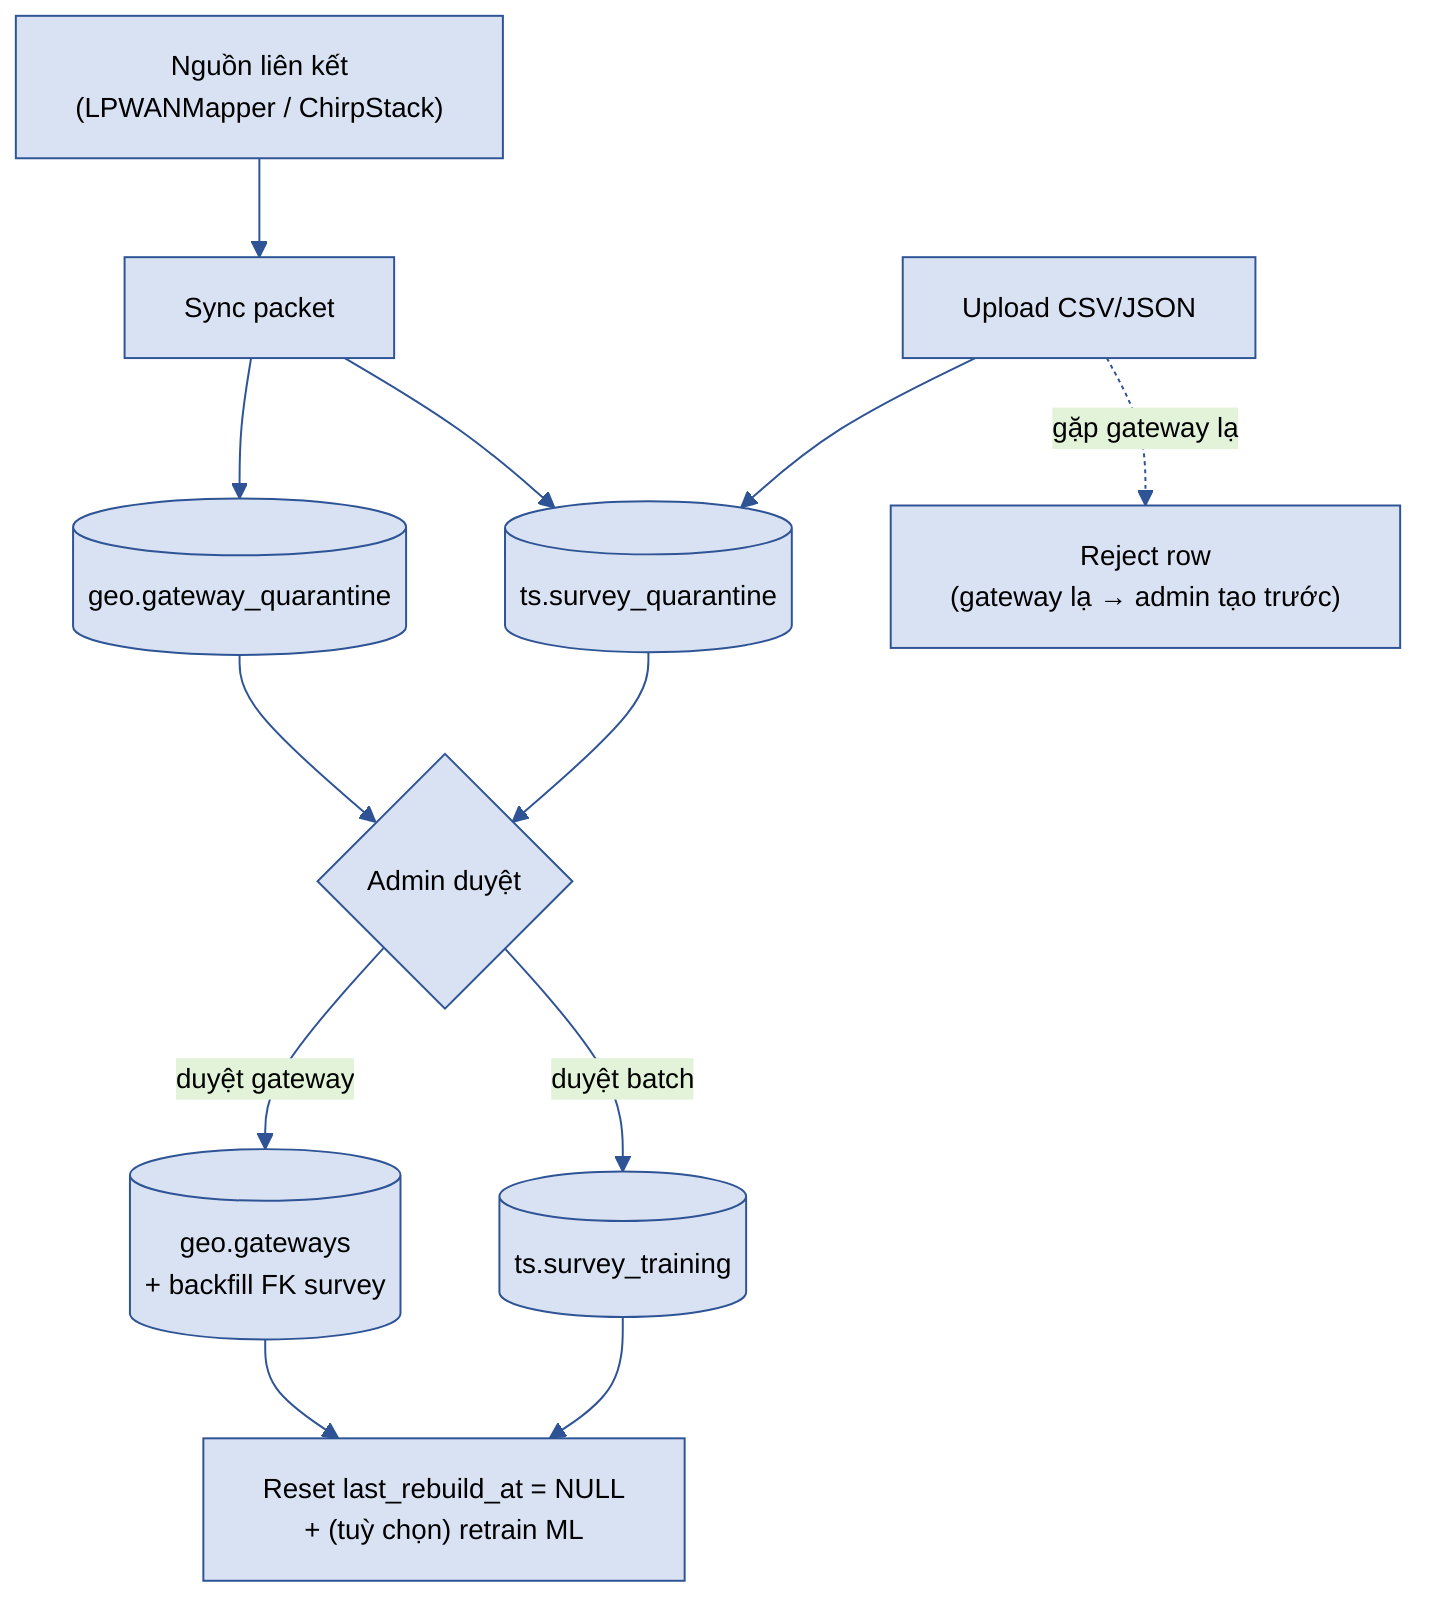
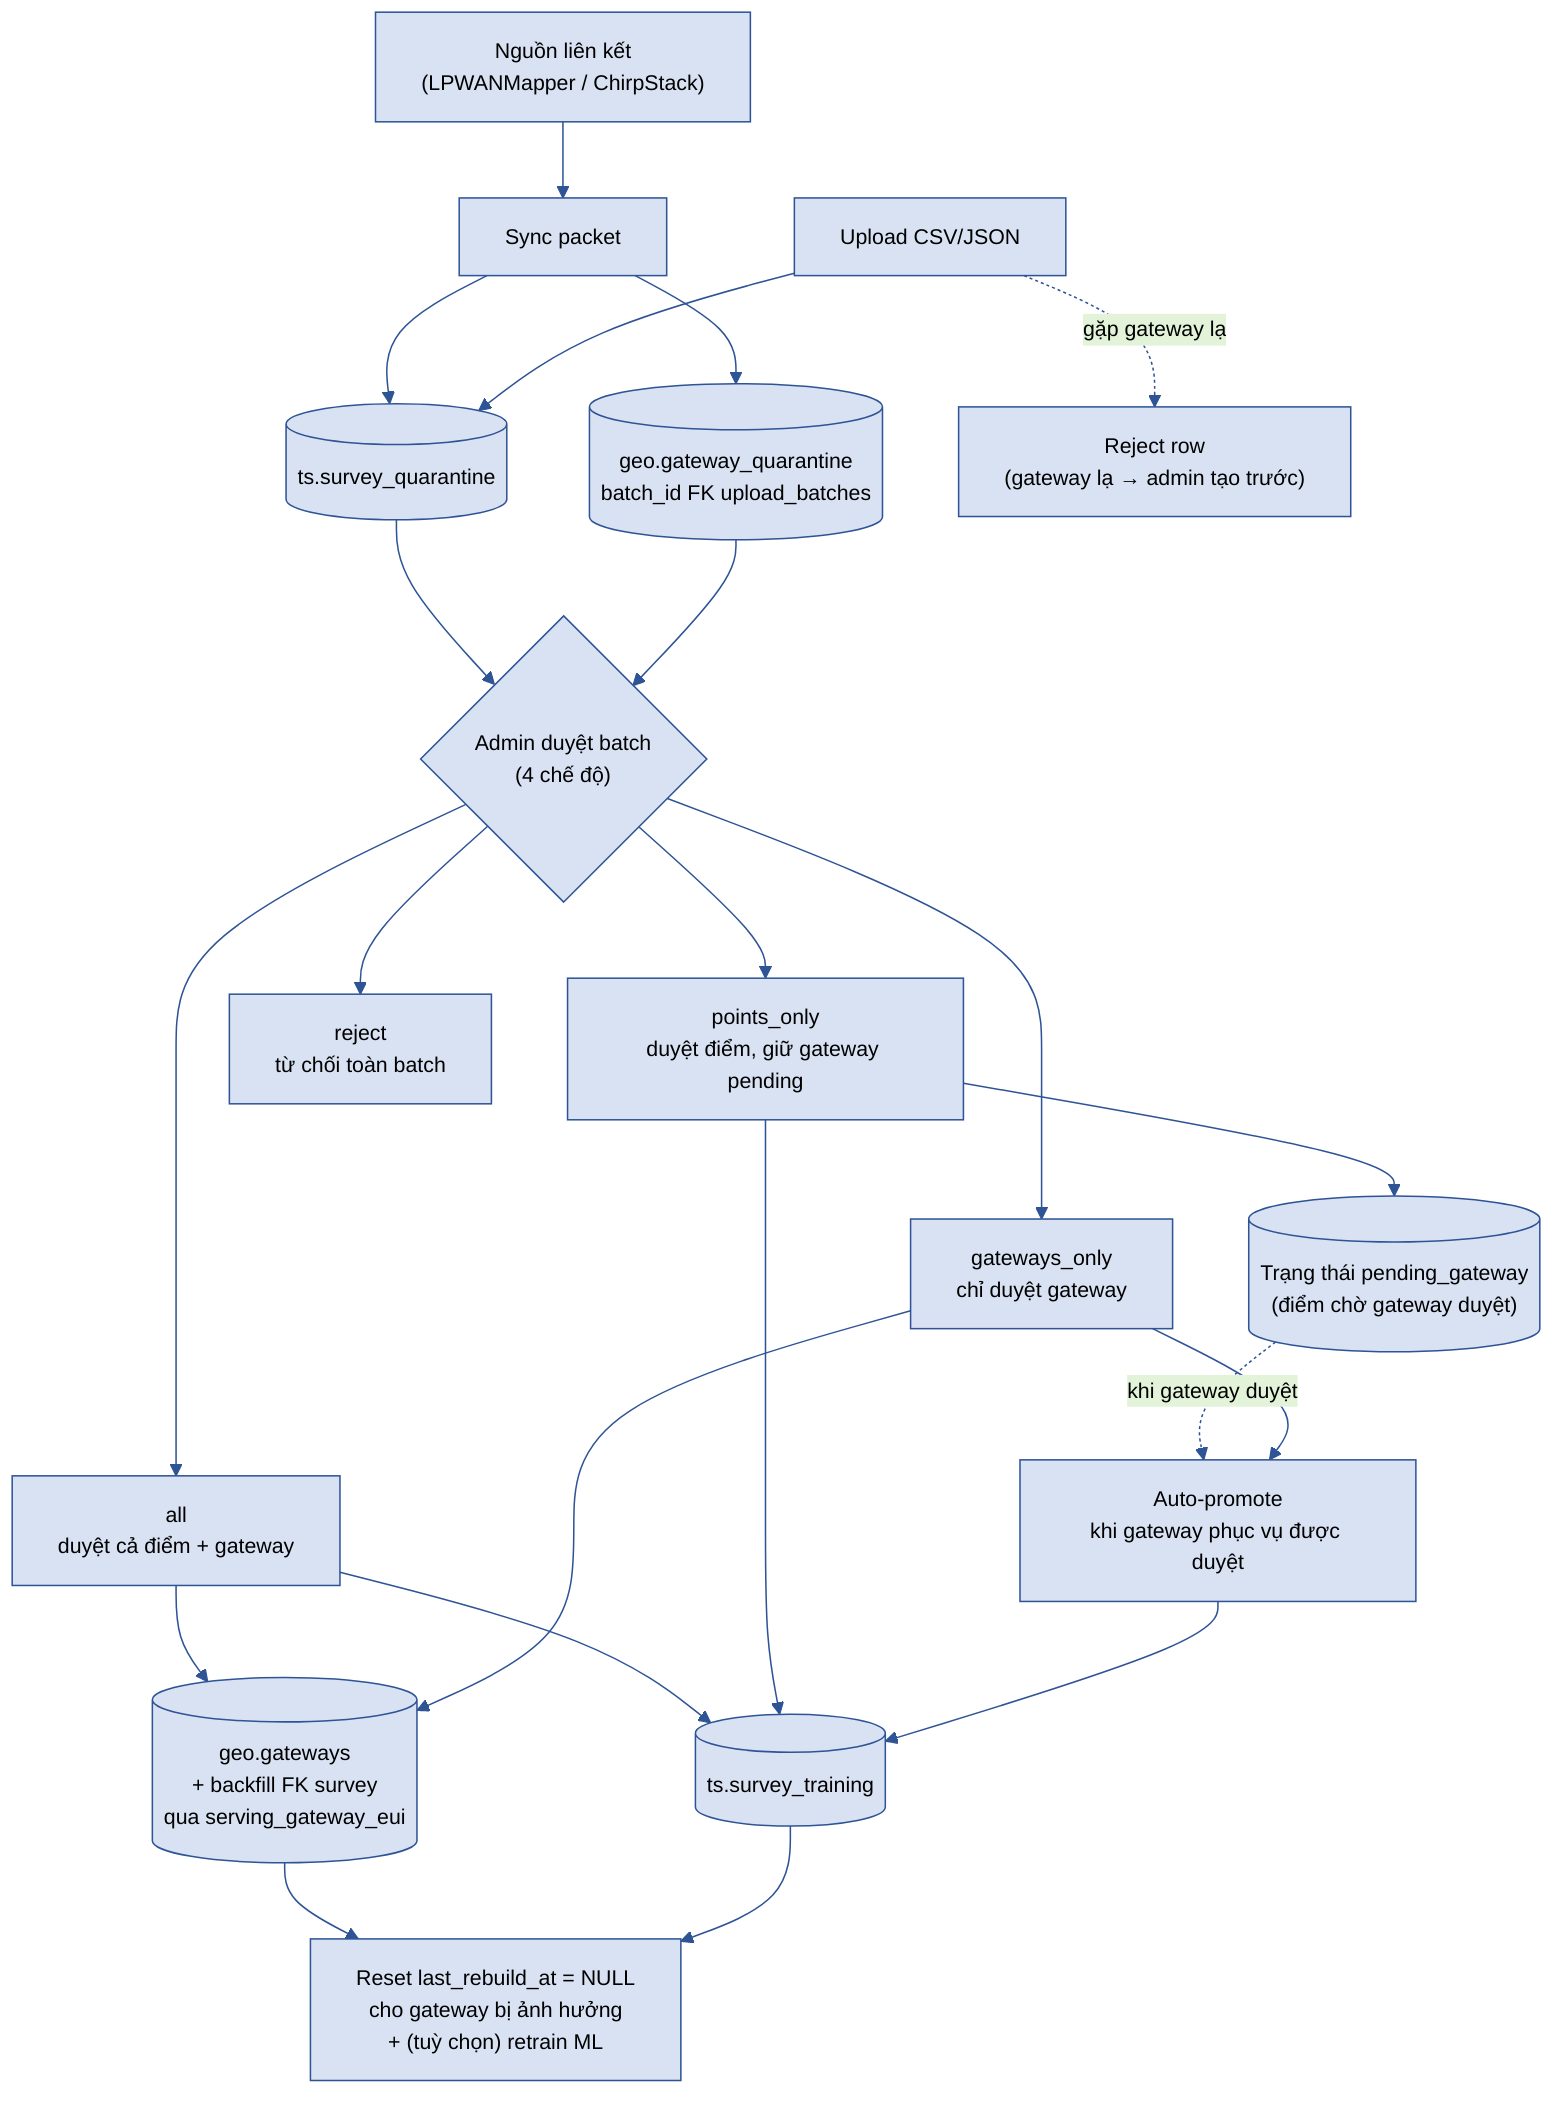
%%{init: {'theme':'base','themeVariables':{'primaryColor':'#D9E2F3','primaryBorderColor':'#2E5496','primaryTextColor':'#000000','lineColor':'#2E5496','fontFamily':'Arial','fontSize':'14px'}}}%%
flowchart TB
  SRC["Nguồn liên kết<br/>(LPWANMapper / ChirpStack)"]
  SYNC["Sync packet"]
  UPL["Upload CSV/JSON"]
  QS[("ts.survey_quarantine")]
-   QG[("geo.gateway_quarantine")]
-   ADMIN{"Admin duyệt"}
-   GWT[("geo.gateways<br/>+ backfill FK survey")]
+   QG[("geo.gateway_quarantine<br/>batch_id FK upload_batches")]
+   BATCH{"Admin duyệt batch<br/>(4 chế độ)"}
+   ALL["all<br/>duyệt cả điểm + gateway"]
+   PO["points_only<br/>duyệt điểm, giữ gateway pending"]
+   GO["gateways_only<br/>chỉ duyệt gateway"]
+   REJB["reject<br/>từ chối toàn batch"]
+   GWT[("geo.gateways<br/>+ backfill FK survey<br/>qua serving_gateway_eui")]
  TRAIN[("ts.survey_training")]
-   TRIG["Reset last_rebuild_at = NULL<br/>+ (tuỳ chọn) retrain ML"]
+   PEND[("Trạng thái pending_gateway<br/>(điểm chờ gateway duyệt)")]
+   AUTO["Auto-promote<br/>khi gateway phục vụ được duyệt"]
+   TRIG["Reset last_rebuild_at = NULL<br/>cho gateway bị ảnh hưởng<br/>+ (tuỳ chọn) retrain ML"]
  REJ["Reject row<br/>(gateway lạ → admin tạo trước)"]

  SRC --> SYNC
  SYNC --> QS
  SYNC --> QG
  UPL --> QS
  UPL -. gặp gateway lạ .-> REJ
-   QG --> ADMIN
-   QS --> ADMIN
-   ADMIN -->|duyệt gateway| GWT
-   ADMIN -->|duyệt batch| TRAIN
+   QS --> BATCH
+   QG --> BATCH
+   BATCH --> ALL
+   BATCH --> PO
+   BATCH --> GO
+   BATCH --> REJB
+   ALL --> GWT
+   ALL --> TRAIN
+   PO --> TRAIN
+   PO --> PEND
+   GO --> GWT
+   PEND -. khi gateway duyệt .-> AUTO --> TRAIN
+   GO --> AUTO
  GWT --> TRIG
  TRAIN --> TRIG
